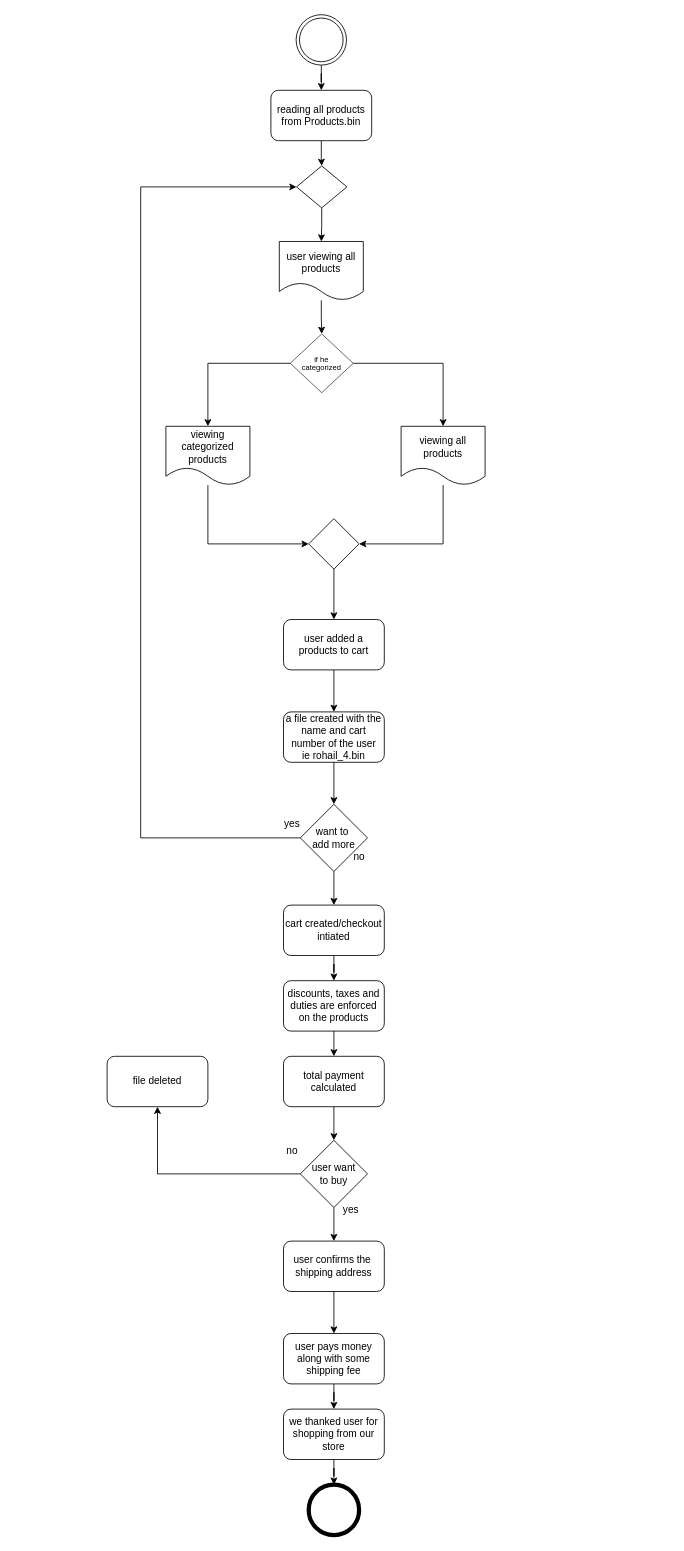
Above: page "add-to-cart" (3 of 5) of UML.drawio in R0HAIL-ASHRAF/Book_Store (draw.io), before the change. Source tidied: cells renumbered, new cells numbered last; positions are measured from the earlier drawing's top-left corner, leaving out a move shared by most shapes. Both pictures are drawn from the tidied source at 84%, with x=0, y=0 at pixel (107, 14).
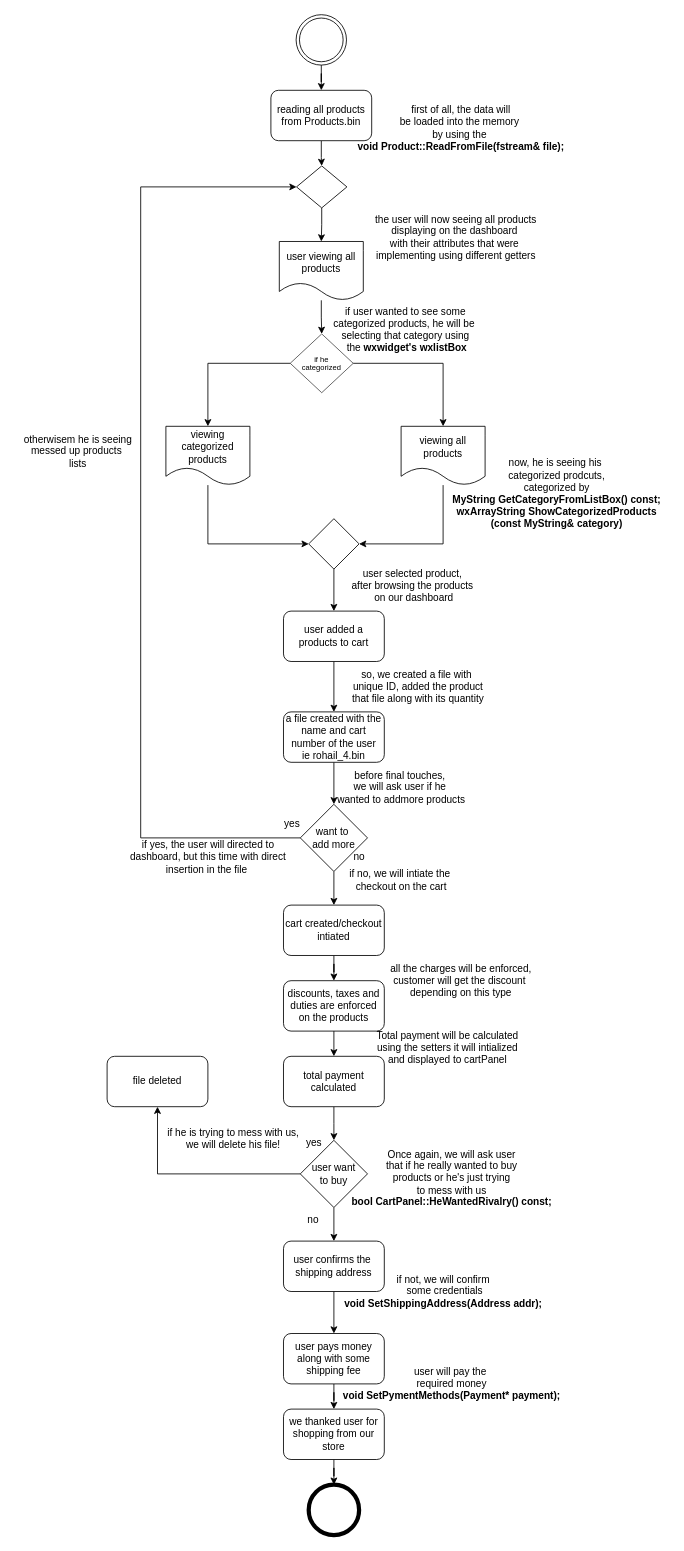
The same diagram, later.

What changed in the source:
```diff
@@
     <mxCell id="16" value="user added a products to cart" style="rounded=1;whiteSpace=wrap;html=1;" parent="1" vertex="1">
-      <mxGeometry x="210" y="720" width="120" height="60" as="geometry" />
+      <mxGeometry x="210" y="710" width="120" height="60" as="geometry" />
     </mxCell>
@@
     <mxCell id="38" value="yes" style="text;html=1;align=center;verticalAlign=middle;strokeColor=none;fillColor=none;" parent="1" vertex="1">
-      <mxGeometry x="270" y="1408" width="40" height="30" as="geometry" />
+      <mxGeometry x="225.5" y="1328" width="40" height="30" as="geometry" />
     </mxCell>
@@
     <mxCell id="40" value="no" style="text;html=1;align=center;verticalAlign=middle;strokeColor=none;fillColor=none;" parent="1" vertex="1">
-      <mxGeometry x="200" y="1338" width="40" height="30" as="geometry" />
+      <mxGeometry x="225" y="1420" width="40" height="30" as="geometry" />
     </mxCell>
@@
+    <mxCell id="47" value="first of all, the data will&lt;div&gt;be loaded into the memory&amp;nbsp;&lt;/div&gt;&lt;div&gt;by using the&amp;nbsp;&lt;/div&gt;&lt;div&gt;&lt;b&gt;void Product::ReadFromFile(fstream&amp;amp; file);&lt;/b&gt;&lt;/div&gt;" style="text;html=1;align=center;verticalAlign=middle;strokeColor=none;fillColor=none;" parent="1" vertex="1">
+      <mxGeometry x="285.5" y="100" width="270" height="70" as="geometry" />
+    </mxCell>
+    <mxCell id="48" value="the user will now seeing all products&lt;div&gt;displaying on the dashboard&amp;nbsp;&lt;/div&gt;&lt;div&gt;with their attributes that were&amp;nbsp;&lt;/div&gt;&lt;div&gt;implementing using different getters&lt;/div&gt;" style="text;html=1;align=center;verticalAlign=middle;strokeColor=none;fillColor=none;" parent="1" vertex="1">
+      <mxGeometry x="305" y="230" width="220" height="70" as="geometry" />
+    </mxCell>
+    <mxCell id="49" value="if user wanted to see some&lt;div&gt;categorized products, he will be&amp;nbsp;&lt;/div&gt;&lt;div&gt;selecting that category using&lt;/div&gt;&lt;div&gt;&amp;nbsp;the &lt;b&gt;wxwidget's wxlistBox&lt;/b&gt;&lt;/div&gt;" style="text;html=1;align=center;verticalAlign=middle;strokeColor=none;fillColor=none;" parent="1" vertex="1">
+      <mxGeometry x="260" y="340" width="190" height="70" as="geometry" />
+    </mxCell>
+    <mxCell id="50" value="now, he is seeing his&amp;nbsp;&lt;div&gt;categorized prodcuts,&lt;/div&gt;&lt;div&gt;categorized by&lt;/div&gt;&lt;div&gt;&lt;b&gt;MyString GetCategoryFromListBox() const;&lt;/b&gt;&lt;/div&gt;&lt;div&gt;&lt;b&gt;wxArrayString ShowCategorizedProducts&lt;/b&gt;&lt;/div&gt;&lt;div&gt;&lt;b&gt;(const MyString&amp;amp; category)&lt;/b&gt;&lt;/div&gt;" style="text;html=1;align=center;verticalAlign=middle;strokeColor=none;fillColor=none;" parent="1" vertex="1">
+      <mxGeometry x="400" y="520" width="270" height="100" as="geometry" />
+    </mxCell>
+    <mxCell id="51" value="otherwisem he is seeing&lt;div&gt;messed up products&amp;nbsp;&lt;/div&gt;&lt;div&gt;lists&lt;/div&gt;" style="text;html=1;align=center;verticalAlign=middle;strokeColor=none;fillColor=none;" parent="1" vertex="1">
+      <mxGeometry x="-110" y="490" width="150" height="60" as="geometry" />
+    </mxCell>
+    <mxCell id="52" value="user selected product,&amp;nbsp;&lt;div&gt;after browsing the products&amp;nbsp;&lt;/div&gt;&lt;div&gt;on our dashboard&lt;/div&gt;" style="text;html=1;align=center;verticalAlign=middle;strokeColor=none;fillColor=none;" parent="1" vertex="1">
+      <mxGeometry x="280" y="650" width="170" height="60" as="geometry" />
+    </mxCell>
+    <mxCell id="53" value="so, we created a file with&amp;nbsp;&lt;div&gt;unique ID, added the product&lt;/div&gt;&lt;div&gt;that file along with its quantity&lt;/div&gt;" style="text;html=1;align=center;verticalAlign=middle;strokeColor=none;fillColor=none;" parent="1" vertex="1">
+      <mxGeometry x="280" y="770" width="180" height="60" as="geometry" />
+    </mxCell>
+    <mxCell id="54" value="before final touches,&amp;nbsp;&lt;div&gt;we will ask user if he&amp;nbsp;&lt;/div&gt;&lt;div&gt;&lt;span style=&quot;background-color: transparent; color: light-dark(rgb(0, 0, 0), rgb(255, 255, 255));&quot;&gt;wanted to add&lt;/span&gt;&lt;span style=&quot;background-color: transparent; color: light-dark(rgb(0, 0, 0), rgb(255, 255, 255));&quot;&gt;more products&lt;/span&gt;&lt;/div&gt;" style="text;html=1;align=center;verticalAlign=middle;strokeColor=none;fillColor=none;" parent="1" vertex="1">
+      <mxGeometry x="260" y="890" width="180" height="60" as="geometry" />
+    </mxCell>
+    <mxCell id="55" value="if yes, the user will directed to&lt;div&gt;dashboard, but this time with direct&lt;/div&gt;&lt;div&gt;insertion in the file&amp;nbsp;&lt;/div&gt;" style="text;html=1;align=center;verticalAlign=middle;strokeColor=none;fillColor=none;" parent="1" vertex="1">
+      <mxGeometry x="15" y="973" width="210" height="60" as="geometry" />
+    </mxCell>
+    <mxCell id="56" value="if no, we will intiate the&amp;nbsp;&lt;div&gt;checkout on the cart&lt;/div&gt;" style="text;html=1;align=center;verticalAlign=middle;strokeColor=none;fillColor=none;" parent="1" vertex="1">
+      <mxGeometry x="275" y="1010" width="150" height="40" as="geometry" />
+    </mxCell>
+    <mxCell id="57" value="all the charges will be enforced,&lt;div&gt;customer will get the discount&amp;nbsp;&lt;/div&gt;&lt;div&gt;depending on this type&lt;/div&gt;" style="text;html=1;align=center;verticalAlign=middle;strokeColor=none;fillColor=none;" parent="1" vertex="1">
+      <mxGeometry x="325.5" y="1120" width="190" height="60" as="geometry" />
+    </mxCell>
+    <mxCell id="58" value="Total payment will be calculated&lt;div&gt;using the setters it will intialized&lt;/div&gt;&lt;div&gt;and displayed to cartPanel&lt;/div&gt;" style="text;html=1;align=center;verticalAlign=middle;strokeColor=none;fillColor=none;" parent="1" vertex="1">
+      <mxGeometry x="310" y="1200" width="190" height="60" as="geometry" />
+    </mxCell>
+    <mxCell id="59" value="Once again, we will ask user&lt;div&gt;that if he really wanted to buy&lt;/div&gt;&lt;div&gt;products or he's just trying&lt;/div&gt;&lt;div&gt;to mess with us&lt;/div&gt;&lt;div&gt;&lt;b&gt;bool CartPanel::HeWantedRivalry() const;&lt;/b&gt;&lt;/div&gt;" style="text;html=1;align=center;verticalAlign=middle;strokeColor=none;fillColor=none;" parent="1" vertex="1">
+      <mxGeometry x="280" y="1340" width="260" height="90" as="geometry" />
+    </mxCell>
+    <mxCell id="60" value="if he is trying to mess with us,&lt;div&gt;we will delete his file!&lt;/div&gt;" style="text;html=1;align=center;verticalAlign=middle;strokeColor=none;fillColor=none;" parent="1" vertex="1">
+      <mxGeometry x="60" y="1318" width="180" height="40" as="geometry" />
+    </mxCell>
+    <mxCell id="61" value="if not, we will confirm&lt;div&gt;&amp;nbsp;some credentials&lt;/div&gt;&lt;div&gt;&lt;b&gt;void SetShippingAddress(Address addr);&lt;/b&gt;&lt;/div&gt;" style="text;html=1;align=center;verticalAlign=middle;strokeColor=none;fillColor=none;" parent="1" vertex="1">
+      <mxGeometry x="270" y="1490" width="260" height="60" as="geometry" />
+    </mxCell>
+    <mxCell id="62" value="user will pay the&amp;nbsp;&lt;div&gt;required money&lt;div&gt;&lt;b&gt;void SetPymentMethods(Payment* payment);&lt;/b&gt;&lt;/div&gt;&lt;/div&gt;" style="text;html=1;align=center;verticalAlign=middle;strokeColor=none;fillColor=none;" parent="1" vertex="1">
+      <mxGeometry x="270" y="1600" width="280" height="60" as="geometry" />
+    </mxCell>
```
